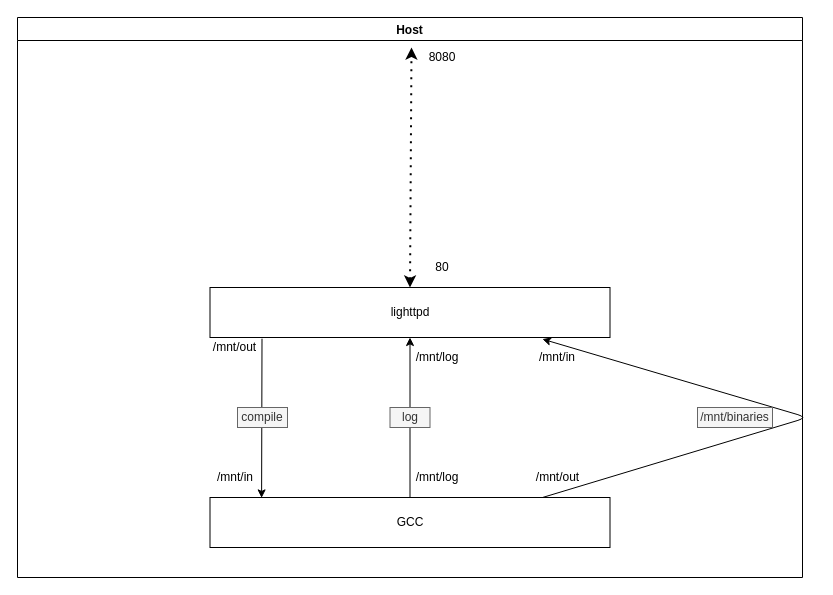
Chiogros/RemoteGCC keeps this draw.io diagram as Conception/conception.drawio. Above is the earlier version. Source tidied: cells renumbered, new cells numbered last; positions are measured from the earlier drawing's top-left corner, leaving out a move shared by most shapes. Both pictures are drawn from the tidied source at 100%, with x=0, y=0 at pixel (17, 17).
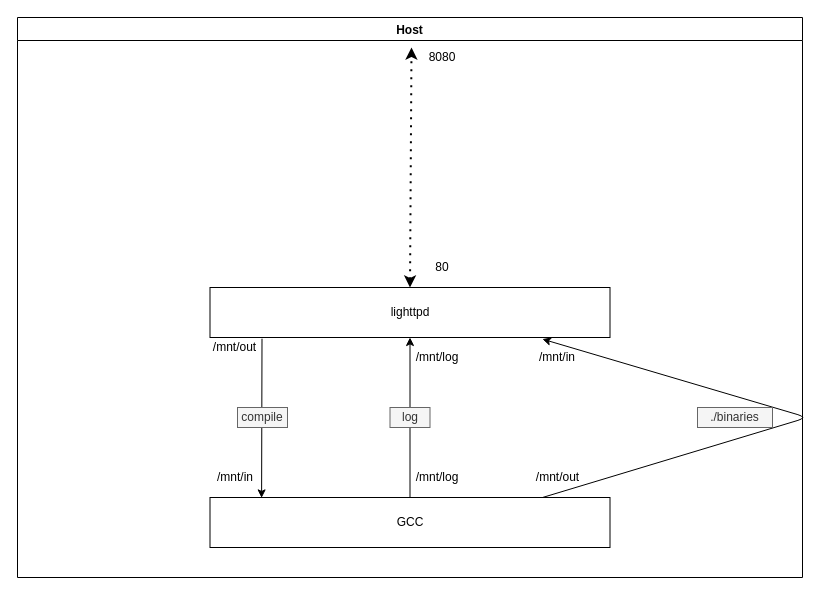
The same page after the edit.

The change refers to these unchanged cells:
```xml
<mxCell id="2" value="Host" style="swimlane;" parent="1" vertex="1">
  <mxGeometry width="785" height="560" as="geometry" />
</mxCell>
```

The edit, as a diff of the source:
```diff
@@
-    <mxCell id="19" value="/mnt/binaries" style="text;html=1;strokeColor=#666666;fillColor=#f5f5f5;align=center;verticalAlign=middle;whiteSpace=wrap;rounded=0;fontColor=#333333;" parent="2" vertex="1">
+    <mxCell id="19" value="./binaries" style="text;html=1;strokeColor=#666666;fillColor=#f5f5f5;align=center;verticalAlign=middle;whiteSpace=wrap;rounded=0;fontColor=#333333;" parent="2" vertex="1">
       <mxGeometry x="680" y="390" width="75" height="20" as="geometry" />
     </mxCell>
```
